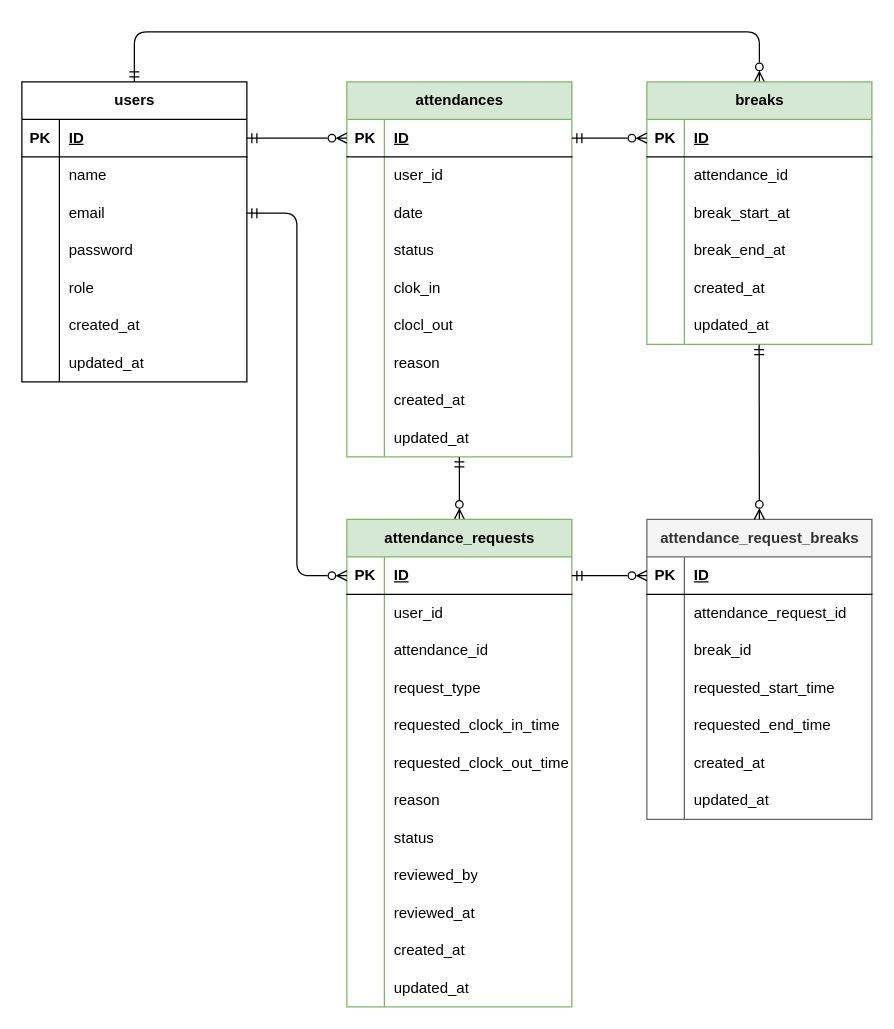
tommy311111/work-attendance-app keeps this draw.io diagram as docs/er.drawio. Above is the earlier version. Source tidied: cells renumbered, new cells numbered last; positions are measured from the earlier drawing's top-left corner, leaving out a move shared by most shapes. Both pictures are drawn from the tidied source at 125%, with x=0, y=0 at pixel (21, 31).
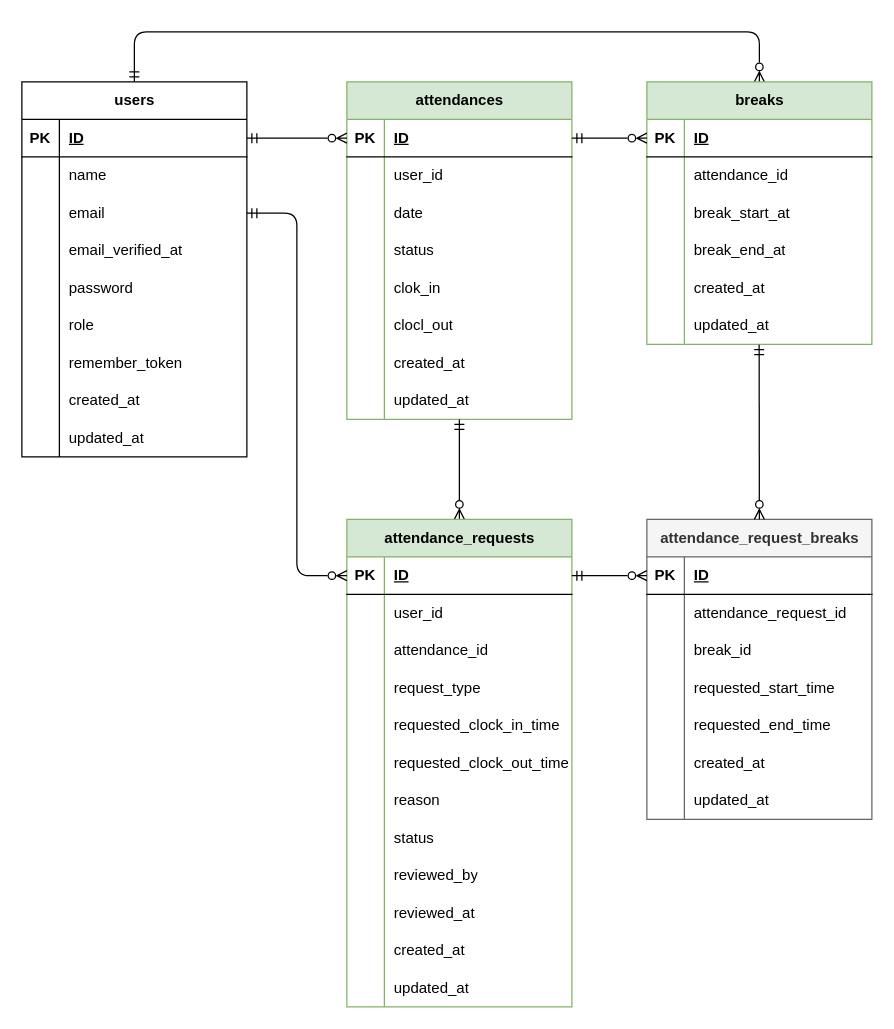
The same diagram, later.

The change refers to these unchanged cells:
```xml
<mxCell id="123" style="shape=tableRow;horizontal=0;startSize=0;swimlaneHead=0;swimlaneBody=0;fillColor=none;top=0;left=0;right=0;bottom=0;" parent="110" vertex="1">
  <mxGeometry y="150" width="180" height="30" as="geometry" />
</mxCell>
```

What changed in the source:
```diff
@@
     <mxCell id="3" value="users" style="shape=table;startSize=30;childLayout=tableLayout;rowLines=0;fontStyle=1;align=center;html=1;" parent="1" vertex="1">
-      <mxGeometry y="40" width="180" height="240" as="geometry" />
+      <mxGeometry y="40" width="180" height="300" as="geometry" />
     </mxCell>
@@
+    <mxCell id="137" style="shape=tableRow;horizontal=0;startSize=0;swimlaneHead=0;swimlaneBody=0;fillColor=none;top=0;left=0;right=0;bottom=0;" parent="3" vertex="1">
+      <mxGeometry y="120" width="180" height="30" as="geometry" />
+    </mxCell>
+    <mxCell id="138" style="shape=partialRectangle;fillColor=none;top=0;left=0;bottom=0;right=0;overflow=hidden;whiteSpace=wrap;html=1;" parent="137" vertex="1">
+      <mxGeometry width="30" height="30" as="geometry" />
+    </mxCell>
+    <mxCell id="139" value="email_verified_at" style="shape=partialRectangle;fillColor=none;top=0;left=0;bottom=0;right=0;align=left;spacingLeft=6;overflow=hidden;whiteSpace=wrap;html=1;" parent="137" vertex="1">
+      <mxGeometry x="30" width="150" height="30" as="geometry" />
+    </mxCell>
     <mxCell id="13" style="shape=tableRow;horizontal=0;startSize=0;swimlaneHead=0;swimlaneBody=0;fillColor=none;top=0;left=0;right=0;bottom=0;" parent="3" vertex="1">
-      <mxGeometry y="120" width="180" height="30" as="geometry" />
+      <mxGeometry y="150" width="180" height="30" as="geometry" />
     </mxCell>
@@
     <mxCell id="16" style="shape=tableRow;horizontal=0;startSize=0;swimlaneHead=0;swimlaneBody=0;fillColor=none;top=0;left=0;right=0;bottom=0;" parent="3" vertex="1">
-      <mxGeometry y="150" width="180" height="30" as="geometry" />
+      <mxGeometry y="180" width="180" height="30" as="geometry" />
     </mxCell>
@@
+    <mxCell id="44" style="shape=tableRow;horizontal=0;startSize=0;swimlaneHead=0;swimlaneBody=0;fillColor=none;top=0;left=0;right=0;bottom=0;" parent="3" vertex="1">
+      <mxGeometry y="210" width="180" height="30" as="geometry" />
+    </mxCell>
+    <mxCell id="140" style="shape=partialRectangle;fillColor=none;top=0;left=0;bottom=0;right=0;overflow=hidden;whiteSpace=wrap;html=1;" parent="44" vertex="1">
+      <mxGeometry width="30" height="30" as="geometry" />
+    </mxCell>
+    <mxCell id="141" value="remember_token" style="shape=partialRectangle;fillColor=none;top=0;left=0;bottom=0;right=0;align=left;spacingLeft=6;overflow=hidden;whiteSpace=wrap;html=1;" parent="44" vertex="1">
+      <mxGeometry x="30" width="150" height="30" as="geometry" />
+    </mxCell>
     <mxCell id="19" style="shape=tableRow;horizontal=0;startSize=0;swimlaneHead=0;swimlaneBody=0;fillColor=none;top=0;left=0;right=0;bottom=0;" parent="3" vertex="1">
-      <mxGeometry y="180" width="180" height="30" as="geometry" />
+      <mxGeometry y="240" width="180" height="30" as="geometry" />
     </mxCell>
@@
     <mxCell id="22" style="shape=tableRow;horizontal=0;startSize=0;swimlaneHead=0;swimlaneBody=0;fillColor=none;top=0;left=0;right=0;bottom=0;" parent="3" vertex="1">
-      <mxGeometry y="210" width="180" height="30" as="geometry" />
+      <mxGeometry y="270" width="180" height="30" as="geometry" />
     </mxCell>
@@
     <mxCell id="25" value="attendances" style="shape=table;startSize=30;childLayout=tableLayout;rowLines=0;fontStyle=1;align=center;html=1;fillColor=#d5e8d4;strokeColor=#82b366;" parent="1" vertex="1">
-      <mxGeometry x="260" y="40" width="180" height="300" as="geometry" />
+      <mxGeometry x="260" y="40" width="180" height="270" as="geometry" />
     </mxCell>
@@
-    <mxCell id="44" style="shape=tableRow;horizontal=0;startSize=0;swimlaneHead=0;swimlaneBody=0;fillColor=none;top=0;left=0;right=0;bottom=0;" parent="25" vertex="1">
-      <mxGeometry y="210" width="180" height="30" as="geometry" />
-    </mxCell>
-    <mxCell id="45" style="shape=partialRectangle;fillColor=none;top=0;left=0;bottom=0;right=0;overflow=hidden;whiteSpace=wrap;html=1;" parent="44" vertex="1">
-      <mxGeometry width="30" height="30" as="geometry" />
-    </mxCell>
-    <mxCell id="46" value="reason" style="shape=partialRectangle;fillColor=none;top=0;left=0;bottom=0;right=0;align=left;spacingLeft=6;overflow=hidden;whiteSpace=wrap;html=1;" parent="44" vertex="1">
-      <mxGeometry x="30" width="150" height="30" as="geometry" />
-    </mxCell>
     <mxCell id="47" style="shape=tableRow;horizontal=0;startSize=0;swimlaneHead=0;swimlaneBody=0;fillColor=none;top=0;left=0;right=0;bottom=0;" parent="25" vertex="1">
-      <mxGeometry y="240" width="180" height="30" as="geometry" />
+      <mxGeometry y="210" width="180" height="30" as="geometry" />
     </mxCell>
@@
     <mxCell id="50" style="shape=tableRow;horizontal=0;startSize=0;swimlaneHead=0;swimlaneBody=0;fillColor=none;points=[[0,0.5],[1,0.5]];portConstraint=eastwest;top=0;left=0;right=0;bottom=0;" parent="25" vertex="1">
-      <mxGeometry y="270" width="180" height="30" as="geometry" />
+      <mxGeometry y="240" width="180" height="30" as="geometry" />
     </mxCell>
@@
-    <mxCell id="125" value="&lt;table style=&quot;border-collapse:&lt;br/&gt; collapse;width:140pt&quot; width=&quot;186&quot; cellspacing=&quot;0&quot; cellpadding=&quot;0&quot; border=&quot;0&quot;&gt;&lt;tbody&gt;&lt;tr style=&quot;height:18.0pt&quot; height=&quot;24&quot;&gt;  &lt;td style=&quot;height:18.0pt;width:140pt&quot; width=&quot;186&quot; class=&quot;xl65&quot; height=&quot;24&quot;&gt;requested_end_time&lt;/td&gt;&lt;/tr&gt;&lt;/tbody&gt;&lt;/table&gt;" style="shape=partialRectangle;fillColor=none;top=0;left=0;bottom=0;right=0;align=left;spacingLeft=6;overflow=hidden;whiteSpace=wrap;html=1;" parent="123" vertex="1">
+    <mxCell id="125" value="&lt;table border=&quot;0&quot; cellpadding=&quot;0&quot; cellspacing=&quot;0&quot; width=&quot;186&quot; style=&quot;border-collapse:&lt;br/&gt; collapse;width:140pt&quot;&gt;&lt;tbody&gt;&lt;tr height=&quot;24&quot; style=&quot;height:18.0pt&quot;&gt;  &lt;td height=&quot;24&quot; class=&quot;xl65&quot; width=&quot;186&quot; style=&quot;height:18.0pt;width:140pt&quot;&gt;requested_end_time&lt;/td&gt;&lt;/tr&gt;&lt;/tbody&gt;&lt;/table&gt;" style="shape=partialRectangle;fillColor=none;top=0;left=0;bottom=0;right=0;align=left;spacingLeft=6;overflow=hidden;whiteSpace=wrap;html=1;fontColor=#000000;" parent="123" vertex="1">
       <mxGeometry x="30" width="150" height="30" as="geometry" />
     </mxCell>
```
